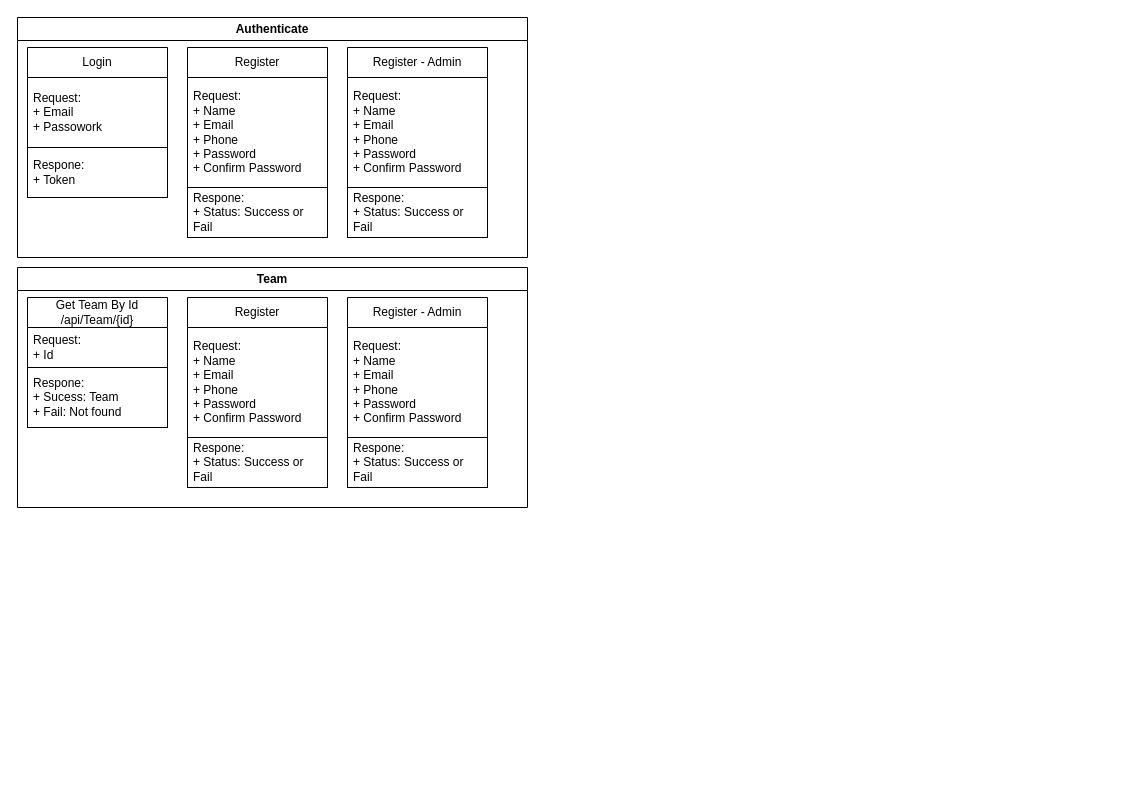
Earlier version of the draw.io diagram Slitwise.drawio (HoangNhi/SplitWise_Server). Source tidied: cells renumbered, new cells numbered last; positions are measured from the earlier drawing's top-left corner, leaving out a move shared by most shapes. Both pictures are drawn from the tidied source at 100%, with x=0, y=0 at pixel (17, 17).
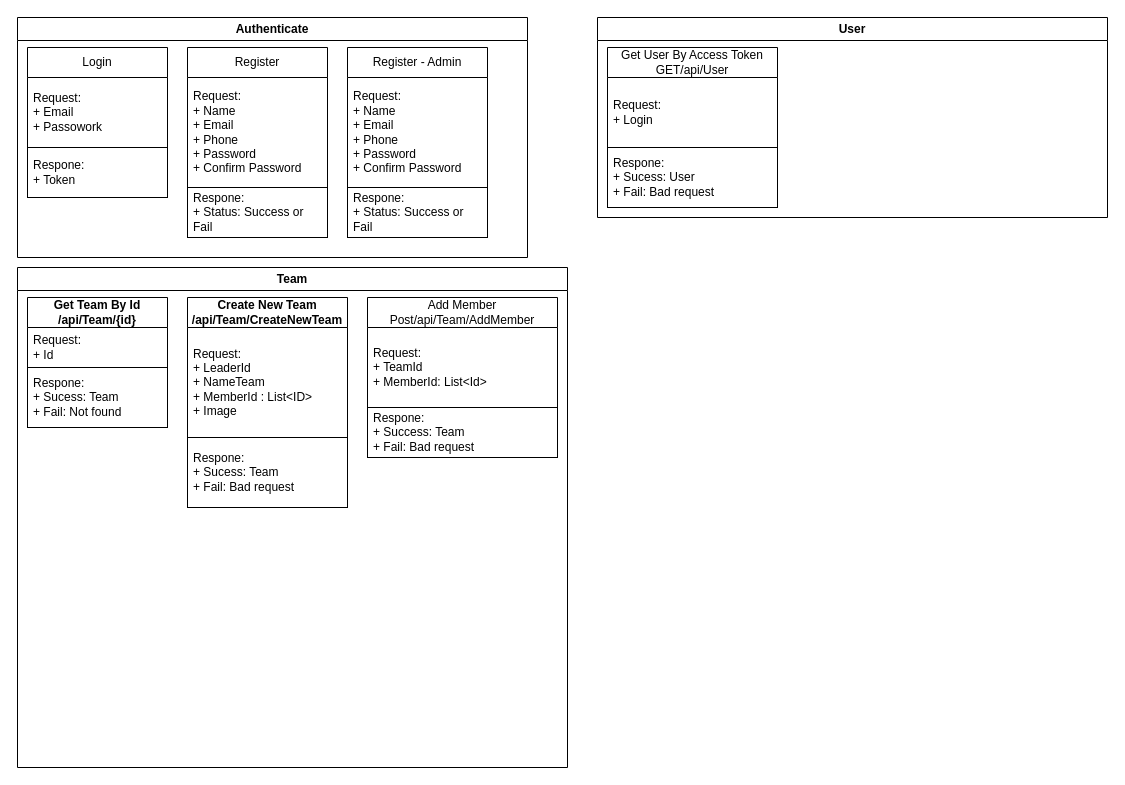
The same page after the edit.

Commit message:
Cập nhật Slitwise.drawio

Change to the diagram source:
```diff
@@
     <mxCell id="12" value="Team" style="swimlane;whiteSpace=wrap;html=1;labelBackgroundColor=none;labelBorderColor=none;gradientColor=none;swimlaneFillColor=default;" parent="1" vertex="1">
-      <mxGeometry y="250" width="510" height="240" as="geometry" />
+      <mxGeometry y="250" width="550" height="500" as="geometry" />
     </mxCell>
-    <mxCell id="13" value="Get Team By Id&lt;br&gt;/api/Team/{id}" style="swimlane;fontStyle=0;horizontal=1;startSize=30;whiteSpace=wrap;html=1;" parent="12" vertex="1">
+    <mxCell id="13" value="Get Team By Id&lt;br&gt;/api/Team/{id}" style="swimlane;fontStyle=1;horizontal=1;startSize=30;whiteSpace=wrap;html=1;" parent="12" vertex="1">
       <mxGeometry x="10" y="30" width="140" height="130" as="geometry" />
     </mxCell>
@@
-    <mxCell id="16" value="Register" style="swimlane;fontStyle=0;horizontal=1;startSize=30;whiteSpace=wrap;html=1;" parent="12" vertex="1">
-      <mxGeometry x="170" y="30" width="140" height="190" as="geometry" />
+    <mxCell id="16" value="Create New Team&lt;br&gt;/api/Team/CreateNewTeam" style="swimlane;fontStyle=1;horizontal=1;startSize=30;whiteSpace=wrap;html=1;" parent="12" vertex="1">
+      <mxGeometry x="170" y="30" width="160" height="210" as="geometry" />
     </mxCell>
-    <mxCell id="17" value="Request:&lt;br&gt;+ Name&lt;br&gt;+ Email&lt;br&gt;+ Phone&lt;br&gt;+ Password&lt;br&gt;+ Confirm Password" style="text;strokeColor=none;fillColor=none;align=left;verticalAlign=middle;spacingLeft=4;spacingRight=4;overflow=hidden;whiteSpace=wrap;html=1;" parent="16" vertex="1">
-      <mxGeometry y="30" width="140" height="110" as="geometry" />
+    <mxCell id="17" value="Request:&lt;br&gt;+ LeaderId&lt;br&gt;+ NameTeam&lt;br&gt;+ MemberId : List&amp;lt;ID&amp;gt;&lt;br&gt;+ Image" style="text;strokeColor=none;fillColor=none;align=left;verticalAlign=middle;spacingLeft=4;spacingRight=4;overflow=hidden;whiteSpace=wrap;html=1;" parent="16" vertex="1">
+      <mxGeometry y="30" width="160" height="110" as="geometry" />
     </mxCell>
-    <mxCell id="18" value="Respone:&lt;br&gt;+ Status: Success or Fail" style="text;strokeColor=default;fillColor=none;align=left;verticalAlign=middle;spacingLeft=4;spacingRight=4;overflow=hidden;whiteSpace=wrap;html=1;labelBackgroundColor=none;labelBorderColor=none;" parent="16" vertex="1">
-      <mxGeometry y="140" width="140" height="50" as="geometry" />
+    <mxCell id="18" value="Respone:&lt;br&gt;+ Sucess: Team&lt;br&gt;+ Fail: Bad request" style="text;strokeColor=default;fillColor=none;align=left;verticalAlign=middle;spacingLeft=4;spacingRight=4;overflow=hidden;whiteSpace=wrap;html=1;labelBackgroundColor=none;labelBorderColor=none;" parent="16" vertex="1">
+      <mxGeometry y="140" width="160" height="70" as="geometry" />
     </mxCell>
-    <mxCell id="19" value="Register - Admin" style="swimlane;fontStyle=0;horizontal=1;startSize=30;whiteSpace=wrap;html=1;" parent="12" vertex="1">
-      <mxGeometry x="330" y="30" width="140" height="190" as="geometry" />
+    <mxCell id="19" value="Add Member&lt;br&gt;Post/api/Team/AddMember" style="swimlane;fontStyle=0;horizontal=1;startSize=30;whiteSpace=wrap;html=1;" parent="12" vertex="1">
+      <mxGeometry x="350" y="30" width="190" height="160" as="geometry" />
     </mxCell>
-    <mxCell id="20" value="Request:&lt;br&gt;+ Name&lt;br&gt;+ Email&lt;br&gt;+ Phone&lt;br&gt;+ Password&lt;br&gt;+ Confirm Password" style="text;strokeColor=none;fillColor=none;align=left;verticalAlign=middle;spacingLeft=4;spacingRight=4;overflow=hidden;whiteSpace=wrap;html=1;" parent="19" vertex="1">
-      <mxGeometry y="30" width="140" height="110" as="geometry" />
+    <mxCell id="20" value="Request:&lt;br&gt;+ TeamId&lt;br&gt;+ MemberId: List&amp;lt;Id&amp;gt;" style="text;strokeColor=none;fillColor=none;align=left;verticalAlign=middle;spacingLeft=4;spacingRight=4;overflow=hidden;whiteSpace=wrap;html=1;" parent="19" vertex="1">
+      <mxGeometry y="30" width="190" height="80" as="geometry" />
     </mxCell>
-    <mxCell id="21" value="Respone:&lt;br&gt;+ Status: Success or Fail" style="text;strokeColor=default;fillColor=none;align=left;verticalAlign=middle;spacingLeft=4;spacingRight=4;overflow=hidden;whiteSpace=wrap;html=1;labelBackgroundColor=none;labelBorderColor=none;" parent="19" vertex="1">
-      <mxGeometry y="140" width="140" height="50" as="geometry" />
+    <mxCell id="21" value="Respone:&lt;br&gt;+ Success: Team&lt;br&gt;+ Fail: Bad request" style="text;strokeColor=default;fillColor=none;align=left;verticalAlign=middle;spacingLeft=4;spacingRight=4;overflow=hidden;whiteSpace=wrap;html=1;labelBackgroundColor=none;labelBorderColor=none;" parent="19" vertex="1">
+      <mxGeometry y="110" width="190" height="50" as="geometry" />
     </mxCell>
+    <mxCell id="22" value="User" style="swimlane;whiteSpace=wrap;html=1;labelBackgroundColor=none;labelBorderColor=none;gradientColor=none;swimlaneFillColor=default;" parent="1" vertex="1">
+      <mxGeometry x="580" width="510" height="200" as="geometry" />
+    </mxCell>
+    <mxCell id="23" value="Get User By Access Token&lt;br&gt;GET/api/User" style="swimlane;fontStyle=0;horizontal=1;startSize=30;whiteSpace=wrap;html=1;" parent="22" vertex="1">
+      <mxGeometry x="10" y="30" width="170" height="160" as="geometry" />
+    </mxCell>
+    <mxCell id="24" value="Request:&lt;br&gt;+ Login" style="text;strokeColor=none;fillColor=none;align=left;verticalAlign=middle;spacingLeft=4;spacingRight=4;overflow=hidden;whiteSpace=wrap;html=1;" parent="23" vertex="1">
+      <mxGeometry y="30" width="170" height="70" as="geometry" />
+    </mxCell>
+    <mxCell id="25" value="Respone:&lt;br&gt;+ Sucess: User&lt;br&gt;+ Fail: Bad request" style="text;strokeColor=default;fillColor=none;align=left;verticalAlign=middle;spacingLeft=4;spacingRight=4;overflow=hidden;whiteSpace=wrap;html=1;labelBackgroundColor=none;labelBorderColor=none;" parent="23" vertex="1">
+      <mxGeometry y="100" width="170" height="60" as="geometry" />
+    </mxCell>
```
